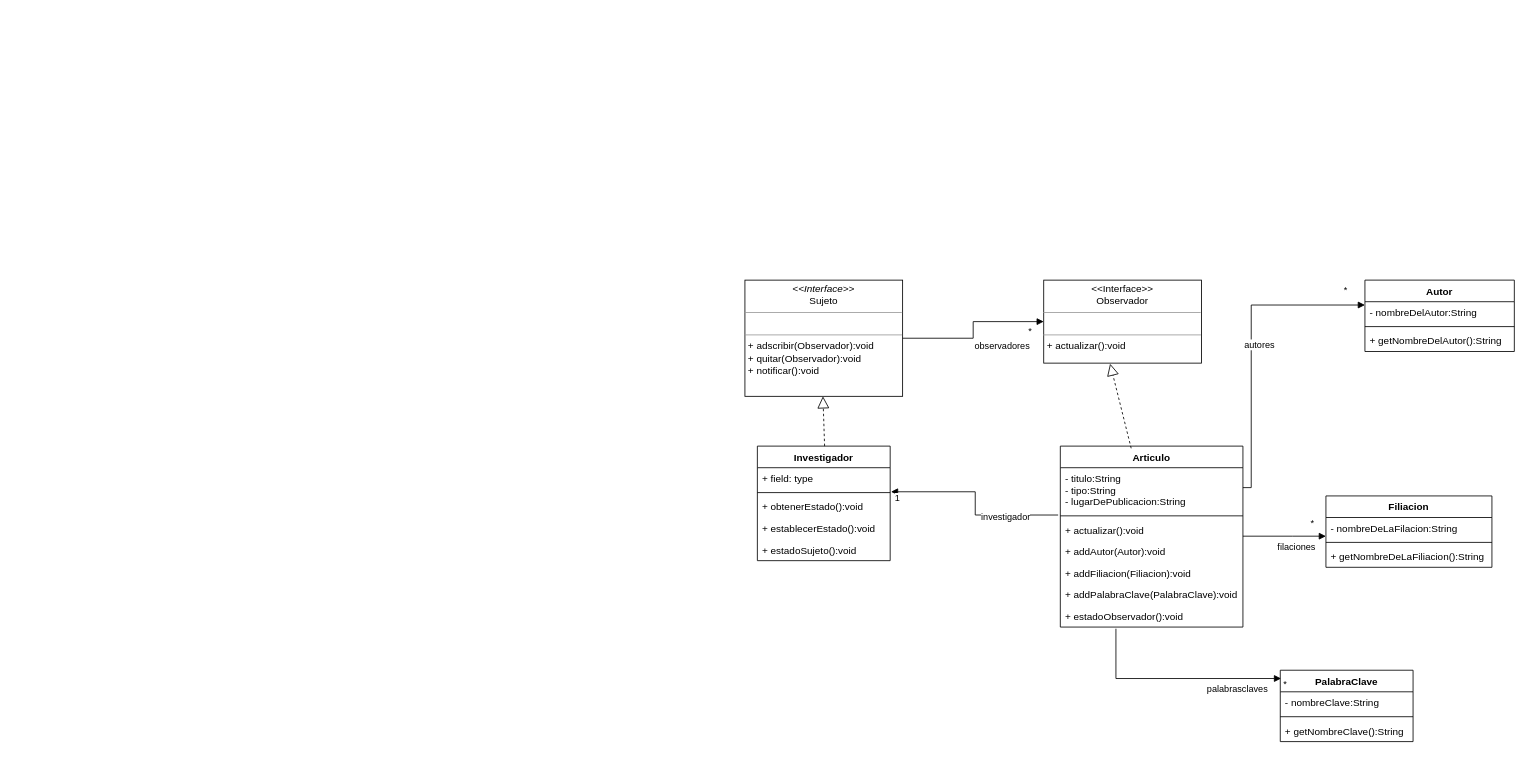
Earlier version of the draw.io diagram unq-po2-Observer-Publicaciones.drawio (nhubczyk/Diagramas-UML). Source tidied: cells renumbered, new cells numbered last; positions are measured from the earlier drawing's top-left corner, leaving out a move shared by most shapes. Both pictures are drawn from the tidied source at 83%, with x=0, y=0 at pixel (745, 280).
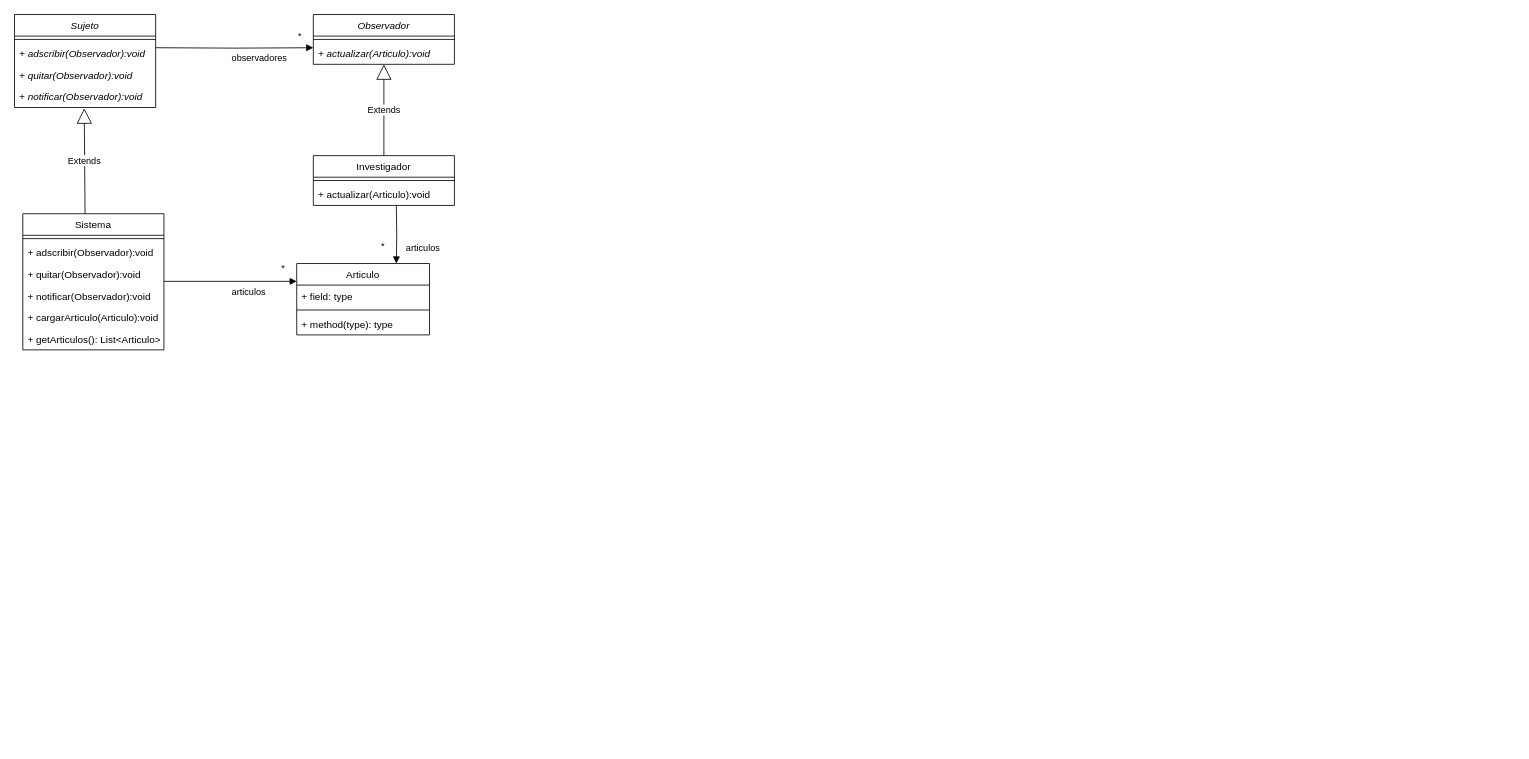
Above is the later version.

The edit, as a diff of the source:
```diff
@@
-    <mxCell id="2" value="&lt;p style=&quot;margin:0px;margin-top:4px;text-align:center;&quot;&gt;&lt;i&gt;&amp;lt;&amp;lt;Interface&amp;gt;&amp;gt;&lt;/i&gt;&lt;br&gt;Sujeto&lt;/p&gt;&lt;hr size=&quot;1&quot;&gt;&lt;p style=&quot;margin:0px;margin-left:4px;&quot;&gt;&lt;br&gt;&lt;/p&gt;&lt;hr size=&quot;1&quot;&gt;&lt;p style=&quot;margin:0px;margin-left:4px;&quot;&gt;+ adscribir(Observador):void&lt;/p&gt;&lt;p style=&quot;margin:0px;margin-left:4px;&quot;&gt;+ quitar(Observador):void&lt;/p&gt;&lt;p style=&quot;margin:0px;margin-left:4px;&quot;&gt;+ notificar():void&lt;/p&gt;" style="verticalAlign=top;align=left;overflow=fill;fontSize=12;fontFamily=Helvetica;html=1;" parent="1" vertex="1">
-      <mxGeometry width="190" height="140" as="geometry" />
-    </mxCell>
-    <mxCell id="3" value="&lt;p style=&quot;margin:0px;margin-top:4px;text-align:center;&quot;&gt;&amp;lt;&amp;lt;Interface&amp;gt;&amp;gt;&lt;br&gt;Observador&lt;/p&gt;&lt;hr size=&quot;1&quot;&gt;&lt;p style=&quot;margin:0px;margin-left:4px;&quot;&gt;&lt;br&gt;&lt;/p&gt;&lt;hr size=&quot;1&quot;&gt;&lt;p style=&quot;margin:0px;margin-left:4px;&quot;&gt;+ actualizar():void&lt;/p&gt;" style="verticalAlign=top;align=left;overflow=fill;fontSize=12;fontFamily=Helvetica;html=1;" parent="1" vertex="1">
-      <mxGeometry x="360" width="190" height="100" as="geometry" />
-    </mxCell>
+    <mxCell id="42" value="Sujeto" style="swimlane;fontStyle=2;align=center;verticalAlign=top;horizontal=1;startSize=26;" parent="1" vertex="1">
+      <mxGeometry x="-880" y="-320" width="170" height="112" as="geometry" />
+    </mxCell>
+    <mxCell id="43" style="line;strokeWidth=1;fillColor=none;align=left;verticalAlign=middle;spacingTop=-1;spacingLeft=3;spacingRight=3;labelPosition=right;strokeColor=inherit;" parent="42" vertex="1">
+      <mxGeometry y="26" width="170" height="8" as="geometry" />
+    </mxCell>
+    <mxCell id="44" value="+ adscribir(Observador):void" style="text;strokeColor=none;fillColor=none;align=left;verticalAlign=top;spacingLeft=4;spacingRight=4;overflow=hidden;fontStyle=2;" parent="42" vertex="1">
+      <mxGeometry y="34" width="170" height="26" as="geometry" />
+    </mxCell>
+    <mxCell id="45" value="+ quitar(Observador):void" style="text;strokeColor=none;fillColor=none;align=left;verticalAlign=top;spacingLeft=4;spacingRight=4;overflow=hidden;fontStyle=2;" parent="42" vertex="1">
+      <mxGeometry y="60" width="170" height="26" as="geometry" />
+    </mxCell>
+    <mxCell id="46" value="+ notificar(Observador):void" style="text;strokeColor=none;fillColor=none;align=left;verticalAlign=top;spacingLeft=4;spacingRight=4;overflow=hidden;points=[[0,0.5],[1,0.5]];portConstraint=eastwest;fontStyle=2;" parent="42" vertex="1">
+      <mxGeometry y="86" width="170" height="26" as="geometry" />
+    </mxCell>
+    <mxCell id="47" value="Sistema" style="swimlane;fontStyle=0;align=center;verticalAlign=top;horizontal=1;startSize=26;" parent="1" vertex="1">
+      <mxGeometry x="-870" y="-80" width="170" height="164" as="geometry" />
+    </mxCell>
+    <mxCell id="48" style="line;strokeWidth=1;fillColor=none;align=left;verticalAlign=middle;spacingTop=-1;spacingLeft=3;spacingRight=3;labelPosition=right;strokeColor=inherit;" parent="47" vertex="1">
+      <mxGeometry y="26" width="170" height="8" as="geometry" />
+    </mxCell>
+    <mxCell id="49" value="+ adscribir(Observador):void" style="text;strokeColor=none;fillColor=none;align=left;verticalAlign=top;spacingLeft=4;spacingRight=4;overflow=hidden;" parent="47" vertex="1">
+      <mxGeometry y="34" width="170" height="26" as="geometry" />
+    </mxCell>
+    <mxCell id="50" value="+ quitar(Observador):void" style="text;strokeColor=none;fillColor=none;align=left;verticalAlign=top;spacingLeft=4;spacingRight=4;overflow=hidden;" parent="47" vertex="1">
+      <mxGeometry y="60" width="170" height="26" as="geometry" />
+    </mxCell>
+    <mxCell id="51" value="+ notificar(Observador):void" style="text;strokeColor=none;fillColor=none;align=left;verticalAlign=top;spacingLeft=4;spacingRight=4;overflow=hidden;" parent="47" vertex="1">
+      <mxGeometry y="86" width="170" height="26" as="geometry" />
+    </mxCell>
+    <mxCell id="52" value="+ cargarArticulo(Articulo):void" style="text;strokeColor=none;fillColor=none;align=left;verticalAlign=top;spacingLeft=4;spacingRight=4;overflow=hidden;" parent="47" vertex="1">
+      <mxGeometry y="112" width="170" height="26" as="geometry" />
+    </mxCell>
+    <mxCell id="53" value="+ getArticulos(): List&lt;Articulo&gt;" style="text;strokeColor=none;fillColor=none;align=left;verticalAlign=top;spacingLeft=4;spacingRight=4;overflow=hidden;" parent="47" vertex="1">
+      <mxGeometry y="138" width="170" height="26" as="geometry" />
+    </mxCell>
+    <mxCell id="54" value="Extends" style="endArrow=block;endSize=16;endFill=0;html=1;rounded=0;exitX=0.441;exitY=0;exitDx=0;exitDy=0;exitPerimeter=0;entryX=0.494;entryY=1.038;entryDx=0;entryDy=0;entryPerimeter=0;" parent="1" edge="1" source="47" target="46">
+      <mxGeometry relative="1" as="geometry" />
+    </mxCell>
+    <mxCell id="55" value="Observador" style="swimlane;fontStyle=2;align=center;verticalAlign=top;horizontal=1;startSize=26;" parent="1" vertex="1">
+      <mxGeometry x="-520" y="-320" width="170" height="60" as="geometry" />
+    </mxCell>
+    <mxCell id="56" style="line;strokeWidth=1;fillColor=none;align=left;verticalAlign=middle;spacingTop=-1;spacingLeft=3;spacingRight=3;labelPosition=right;strokeColor=inherit;" parent="55" vertex="1">
+      <mxGeometry y="26" width="170" height="8" as="geometry" />
+    </mxCell>
+    <mxCell id="57" value="+ actualizar(Articulo):void" style="text;strokeColor=none;fillColor=none;align=left;verticalAlign=top;spacingLeft=4;spacingRight=4;overflow=hidden;points=[[0,0.5],[1,0.5]];portConstraint=eastwest;fontStyle=2;" parent="55" vertex="1">
+      <mxGeometry y="34" width="170" height="26" as="geometry" />
+    </mxCell>
-    <mxCell id="4" value="observadores" style="endArrow=block;endFill=1;html=1;edgeStyle=orthogonalEdgeStyle;align=left;verticalAlign=top;rounded=0;entryX=0;entryY=0.5;entryDx=0;entryDy=0;exitX=1;exitY=0.5;exitDx=0;exitDy=0;" parent="1" edge="1" source="2" target="3">
-      <mxGeometry x="-0.06" relative="1" as="geometry" />
+    <mxCell id="4" value="observadores" style="endArrow=block;endFill=1;html=1;edgeStyle=orthogonalEdgeStyle;align=left;verticalAlign=top;rounded=0;entryX=0;entryY=0.231;entryDx=0;entryDy=0;entryPerimeter=0;" parent="1" edge="1" target="57">
+      <mxGeometry x="-0.05" relative="1" as="geometry">
+        <mxPoint x="-710" y="-280" as="sourcePoint" />
+      </mxGeometry>
     </mxCell>
-    <mxCell id="5" value="*" style="edgeLabel;html=1;align=left;verticalAlign=bottom;" parent="4" vertex="1">
-      <mxGeometry x="-1" relative="1" as="geometry">
-        <mxPoint x="150" as="offset" />
-      </mxGeometry>
-    </mxCell>
+    <mxCell id="58" value="*" style="edgeLabel;html=1;align=left;verticalAlign=bottom;" parent="4" vertex="1">
+      <mxGeometry x="-1" relative="1" as="geometry">
+        <mxPoint x="170" y="-6" as="offset" />
+      </mxGeometry>
+    </mxCell>
+    <mxCell id="15" value="Investigador" style="swimlane;fontStyle=0;align=center;verticalAlign=top;horizontal=1;startSize=26;" parent="1" vertex="1">
+      <mxGeometry x="-520" y="-150" width="170" height="60" as="geometry" />
+    </mxCell>
+    <mxCell id="59" style="line;strokeWidth=1;fillColor=none;align=left;verticalAlign=middle;spacingTop=-1;spacingLeft=3;spacingRight=3;labelPosition=right;strokeColor=inherit;" parent="15" vertex="1">
+      <mxGeometry y="26" width="170" height="8" as="geometry" />
+    </mxCell>
+    <mxCell id="60" value="+ actualizar(Articulo):void" style="text;strokeColor=none;fillColor=none;align=left;verticalAlign=top;spacingLeft=4;spacingRight=4;overflow=hidden;" parent="15" vertex="1">
+      <mxGeometry y="34" width="170" height="26" as="geometry" />
+    </mxCell>
+    <mxCell id="61" value="Extends" style="endArrow=block;endSize=16;endFill=0;html=1;rounded=0;exitX=0.5;exitY=0;exitDx=0;exitDy=0;" parent="1" edge="1" source="15" target="57">
+      <mxGeometry relative="1" as="geometry" />
+    </mxCell>
-    <mxCell id="6" value="Articulo" style="swimlane;fontStyle=1;align=center;verticalAlign=top;horizontal=1;startSize=26;" parent="1" vertex="1">
-      <mxGeometry x="380" y="200" width="220" height="218" as="geometry" />
+    <mxCell id="6" value="Articulo" style="swimlane;fontStyle=0;align=center;verticalAlign=top;horizontal=1;startSize=26;" parent="1" vertex="1">
+      <mxGeometry x="-540" y="-20" width="160" height="86" as="geometry" />
     </mxCell>
-    <mxCell id="7" value="- titulo:String&#10;- tipo:String&#10;- lugarDePublicacion:String&#10;" style="text;strokeColor=none;fillColor=none;align=left;verticalAlign=top;spacingLeft=4;spacingRight=4;overflow=hidden;" parent="6" vertex="1">
-      <mxGeometry y="26" width="220" height="54" as="geometry" />
-    </mxCell>
-    <mxCell id="8" style="line;strokeWidth=1;fillColor=none;align=left;verticalAlign=middle;spacingTop=-1;spacingLeft=3;spacingRight=3;labelPosition=right;strokeColor=inherit;" parent="6" vertex="1">
-      <mxGeometry y="80" width="220" height="8" as="geometry" />
-    </mxCell>
-    <mxCell id="9" value="+ actualizar():void" style="text;strokeColor=none;fillColor=none;align=left;verticalAlign=top;spacingLeft=4;spacingRight=4;overflow=hidden;points=[[0,0.5],[1,0.5]];portConstraint=eastwest;" parent="6" vertex="1">
-      <mxGeometry y="88" width="220" height="26" as="geometry" />
-    </mxCell>
-    <mxCell id="10" value="+ addAutor(Autor):void" style="text;strokeColor=none;fillColor=none;align=left;verticalAlign=top;spacingLeft=4;spacingRight=4;overflow=hidden;" parent="6" vertex="1">
-      <mxGeometry y="114" width="220" height="26" as="geometry" />
-    </mxCell>
-    <mxCell id="11" value="+ addFiliacion(Filiacion):void" style="text;strokeColor=none;fillColor=none;align=left;verticalAlign=top;spacingLeft=4;spacingRight=4;overflow=hidden;" parent="6" vertex="1">
-      <mxGeometry y="140" width="220" height="26" as="geometry" />
-    </mxCell>
-    <mxCell id="12" value="+ addPalabraClave(PalabraClave):void" style="text;strokeColor=none;fillColor=none;align=left;verticalAlign=top;spacingLeft=4;spacingRight=4;overflow=hidden;" parent="6" vertex="1">
-      <mxGeometry y="166" width="220" height="26" as="geometry" />
-    </mxCell>
-    <mxCell id="13" value="+ estadoObservador():void" style="text;strokeColor=none;fillColor=none;align=left;verticalAlign=top;spacingLeft=4;spacingRight=4;overflow=hidden;" parent="6" vertex="1">
-      <mxGeometry y="192" width="220" height="26" as="geometry" />
-    </mxCell>
-    <mxCell id="14" style="endArrow=block;dashed=1;endFill=0;endSize=12;html=1;rounded=0;entryX=0.421;entryY=1.007;entryDx=0;entryDy=0;entryPerimeter=0;exitX=0.388;exitY=0.012;exitDx=0;exitDy=0;exitPerimeter=0;" parent="1" edge="1" source="6" target="3">
-      <mxGeometry relative="1" as="geometry" />
-    </mxCell>
-    <mxCell id="15" value="Investigador" style="swimlane;fontStyle=1;align=center;verticalAlign=top;horizontal=1;startSize=26;" parent="1" vertex="1">
-      <mxGeometry x="15" y="200" width="160" height="138" as="geometry" />
-    </mxCell>
-    <mxCell id="16" value="+ field: type" style="text;strokeColor=none;fillColor=none;align=left;verticalAlign=top;spacingLeft=4;spacingRight=4;overflow=hidden;points=[[0,0.5],[1,0.5]];portConstraint=eastwest;" parent="15" vertex="1">
+    <mxCell id="16" value="+ field: type" style="text;strokeColor=none;fillColor=none;align=left;verticalAlign=top;spacingLeft=4;spacingRight=4;overflow=hidden;points=[[0,0.5],[1,0.5]];portConstraint=eastwest;" parent="6" vertex="1">
       <mxGeometry y="26" width="160" height="26" as="geometry" />
     </mxCell>
-    <mxCell id="17" style="line;strokeWidth=1;fillColor=none;align=left;verticalAlign=middle;spacingTop=-1;spacingLeft=3;spacingRight=3;labelPosition=right;strokeColor=inherit;" parent="15" vertex="1">
-      <mxGeometry y="52" width="160" height="8" as="geometry" />
-    </mxCell>
-    <mxCell id="18" value="+ obtenerEstado():void" style="text;strokeColor=none;fillColor=none;align=left;verticalAlign=top;spacingLeft=4;spacingRight=4;overflow=hidden;" parent="15" vertex="1">
-      <mxGeometry y="60" width="160" height="26" as="geometry" />
-    </mxCell>
-    <mxCell id="19" value="+ establecerEstado():void" style="text;strokeColor=none;fillColor=none;align=left;verticalAlign=top;spacingLeft=4;spacingRight=4;overflow=hidden;" parent="15" vertex="1">
-      <mxGeometry y="86" width="160" height="26" as="geometry" />
-    </mxCell>
-    <mxCell id="20" value="+ estadoSujeto():void" style="text;strokeColor=none;fillColor=none;align=left;verticalAlign=top;spacingLeft=4;spacingRight=4;overflow=hidden;" parent="15" vertex="1">
-      <mxGeometry y="112" width="160" height="26" as="geometry" />
-    </mxCell>
-    <mxCell id="21" style="endArrow=block;dashed=1;endFill=0;endSize=12;html=1;rounded=0;entryX=0.421;entryY=1.007;entryDx=0;entryDy=0;entryPerimeter=0;exitX=0.388;exitY=0.012;exitDx=0;exitDy=0;exitPerimeter=0;" parent="1" edge="1">
-      <mxGeometry relative="1" as="geometry">
-        <mxPoint x="96" y="200" as="sourcePoint" />
-        <mxPoint x="94" y="140" as="targetPoint" />
-      </mxGeometry>
-    </mxCell>
-    <mxCell id="22" value="investigador" style="endArrow=block;endFill=1;html=1;edgeStyle=orthogonalEdgeStyle;align=left;verticalAlign=top;rounded=0;entryX=1.006;entryY=1.115;entryDx=0;entryDy=0;entryPerimeter=0;exitX=-0.012;exitY=-0.192;exitDx=0;exitDy=0;exitPerimeter=0;" parent="1" edge="1" source="9" target="16">
-      <mxGeometry x="-0.03" y="-5" relative="1" as="geometry" />
-    </mxCell>
-    <mxCell id="23" value="1" style="edgeLabel;html=1;align=left;verticalAlign=bottom;" parent="22" vertex="1">
-      <mxGeometry x="-1" relative="1" as="geometry">
-        <mxPoint x="-198" y="-12" as="offset" />
-      </mxGeometry>
-    </mxCell>
-    <mxCell id="24" value="Autor" style="swimlane;fontStyle=1;align=center;verticalAlign=top;horizontal=1;startSize=26;" parent="1" vertex="1">
-      <mxGeometry x="747" width="180" height="86" as="geometry" />
-    </mxCell>
-    <mxCell id="25" value="- nombreDelAutor:String&#10;" style="text;strokeColor=none;fillColor=none;align=left;verticalAlign=top;spacingLeft=4;spacingRight=4;overflow=hidden;points=[[0,0.5],[1,0.5]];portConstraint=eastwest;" parent="24" vertex="1">
-      <mxGeometry y="26" width="180" height="26" as="geometry" />
-    </mxCell>
-    <mxCell id="26" style="line;strokeWidth=1;fillColor=none;align=left;verticalAlign=middle;spacingTop=-1;spacingLeft=3;spacingRight=3;labelPosition=right;strokeColor=inherit;" parent="24" vertex="1">
-      <mxGeometry y="52" width="180" height="8" as="geometry" />
-    </mxCell>
-    <mxCell id="27" value="+ getNombreDelAutor():String" style="text;strokeColor=none;fillColor=none;align=left;verticalAlign=top;spacingLeft=4;spacingRight=4;overflow=hidden;" parent="24" vertex="1">
-      <mxGeometry y="60" width="180" height="26" as="geometry" />
-    </mxCell>
-    <mxCell id="28" value="autores" style="endArrow=block;endFill=1;html=1;edgeStyle=orthogonalEdgeStyle;align=left;verticalAlign=top;rounded=0;entryX=0;entryY=0.154;entryDx=0;entryDy=0;entryPerimeter=0;" parent="1" edge="1" target="25">
-      <mxGeometry x="0.06" y="10" relative="1" as="geometry">
-        <mxPoint x="600" y="250" as="sourcePoint" />
-        <Array as="points">
-          <mxPoint x="610" y="250" />
-          <mxPoint x="610" y="30" />
-        </Array>
-      </mxGeometry>
-    </mxCell>
-    <mxCell id="29" value="*" style="edgeLabel;html=1;align=left;verticalAlign=bottom;" parent="28" vertex="1">
-      <mxGeometry x="-1" relative="1" as="geometry">
-        <mxPoint x="120" y="-230" as="offset" />
-      </mxGeometry>
-    </mxCell>
-    <mxCell id="30" value="Filiacion" style="swimlane;fontStyle=1;align=center;verticalAlign=top;horizontal=1;startSize=26;" parent="1" vertex="1">
-      <mxGeometry x="700" y="260" width="200" height="86" as="geometry" />
-    </mxCell>
-    <mxCell id="31" value="- nombreDeLaFilacion:String" style="text;strokeColor=none;fillColor=none;align=left;verticalAlign=top;spacingLeft=4;spacingRight=4;overflow=hidden;" parent="30" vertex="1">
-      <mxGeometry y="26" width="200" height="26" as="geometry" />
-    </mxCell>
-    <mxCell id="32" style="line;strokeWidth=1;fillColor=none;align=left;verticalAlign=middle;spacingTop=-1;spacingLeft=3;spacingRight=3;labelPosition=right;strokeColor=inherit;" parent="30" vertex="1">
-      <mxGeometry y="52" width="200" height="8" as="geometry" />
-    </mxCell>
-    <mxCell id="33" value="+ getNombreDeLaFiliacion():String" style="text;strokeColor=none;fillColor=none;align=left;verticalAlign=top;spacingLeft=4;spacingRight=4;overflow=hidden;" parent="30" vertex="1">
-      <mxGeometry y="60" width="200" height="26" as="geometry" />
-    </mxCell>
-    <mxCell id="34" value="filaciones" style="endArrow=block;endFill=1;html=1;edgeStyle=orthogonalEdgeStyle;align=left;verticalAlign=top;rounded=0;" parent="1" edge="1">
-      <mxGeometry x="-0.2" relative="1" as="geometry">
-        <mxPoint x="600" y="308.5" as="sourcePoint" />
-        <mxPoint x="700" y="308.5" as="targetPoint" />
-        <Array as="points">
-          <mxPoint x="660" y="308.5" />
-          <mxPoint x="660" y="308.5" />
-        </Array>
-      </mxGeometry>
-    </mxCell>
-    <mxCell id="35" value="*" style="edgeLabel;html=1;align=left;verticalAlign=bottom;" parent="34" vertex="1">
-      <mxGeometry x="-1" relative="1" as="geometry">
-        <mxPoint x="80" y="-8" as="offset" />
-      </mxGeometry>
-    </mxCell>
-    <mxCell id="36" value="PalabraClave" style="swimlane;fontStyle=1;align=center;verticalAlign=top;horizontal=1;startSize=26;" parent="1" vertex="1">
-      <mxGeometry x="645" y="470" width="160" height="86" as="geometry" />
-    </mxCell>
-    <mxCell id="37" value="- nombreClave:String" style="text;strokeColor=none;fillColor=none;align=left;verticalAlign=top;spacingLeft=4;spacingRight=4;overflow=hidden;" parent="36" vertex="1">
-      <mxGeometry y="26" width="160" height="26" as="geometry" />
-    </mxCell>
-    <mxCell id="38" style="line;strokeWidth=1;fillColor=none;align=left;verticalAlign=middle;spacingTop=-1;spacingLeft=3;spacingRight=3;labelPosition=right;strokeColor=inherit;" parent="36" vertex="1">
-      <mxGeometry y="52" width="160" height="8" as="geometry" />
-    </mxCell>
-    <mxCell id="39" value="+ getNombreClave():String" style="text;strokeColor=none;fillColor=none;align=left;verticalAlign=top;spacingLeft=4;spacingRight=4;overflow=hidden;" parent="36" vertex="1">
-      <mxGeometry y="60" width="160" height="26" as="geometry" />
-    </mxCell>
-    <mxCell id="40" value="palabrasclaves" style="endArrow=block;endFill=1;html=1;edgeStyle=orthogonalEdgeStyle;align=left;verticalAlign=top;rounded=0;entryX=0.006;entryY=0.116;entryDx=0;entryDy=0;entryPerimeter=0;" parent="1" edge="1" target="36">
-      <mxGeometry x="0.3" relative="1" as="geometry">
-        <mxPoint x="447" y="420" as="sourcePoint" />
-        <Array as="points">
-          <mxPoint x="447" y="480" />
-        </Array>
-      </mxGeometry>
-    </mxCell>
-    <mxCell id="41" value="*" style="edgeLabel;html=1;align=left;verticalAlign=bottom;" parent="40" vertex="1">
-      <mxGeometry x="-1" relative="1" as="geometry">
-        <mxPoint x="200" y="75" as="offset" />
-      </mxGeometry>
-    </mxCell>
+    <mxCell id="62" style="line;strokeWidth=1;fillColor=none;align=left;verticalAlign=middle;spacingTop=-1;spacingLeft=3;spacingRight=3;labelPosition=right;strokeColor=inherit;" parent="6" vertex="1">
+      <mxGeometry y="52" width="160" height="8" as="geometry" />
+    </mxCell>
+    <mxCell id="63" value="+ method(type): type" style="text;strokeColor=none;fillColor=none;align=left;verticalAlign=top;spacingLeft=4;spacingRight=4;overflow=hidden;" parent="6" vertex="1">
+      <mxGeometry y="60" width="160" height="26" as="geometry" />
+    </mxCell>
+    <mxCell id="64" value="articulos" style="endArrow=block;endFill=1;html=1;edgeStyle=orthogonalEdgeStyle;align=left;verticalAlign=top;rounded=0;" parent="1" edge="1">
+      <mxGeometry y="2" relative="1" as="geometry">
+        <mxPoint x="-700" y="1.5" as="sourcePoint" />
+        <mxPoint x="-540" y="1.5" as="targetPoint" />
+        <mxPoint y="1" as="offset" />
+      </mxGeometry>
+    </mxCell>
+    <mxCell id="65" value="*" style="edgeLabel;html=1;align=left;verticalAlign=bottom;" parent="64" vertex="1">
+      <mxGeometry x="-1" relative="1" as="geometry">
+        <mxPoint x="140" y="-8" as="offset" />
+      </mxGeometry>
+    </mxCell>
+    <mxCell id="66" value="articulos" style="endArrow=block;endFill=1;html=1;edgeStyle=orthogonalEdgeStyle;align=left;verticalAlign=top;rounded=0;entryX=0.75;entryY=0;entryDx=0;entryDy=0;" parent="1" edge="1" target="6">
+      <mxGeometry x="0.14" y="10" relative="1" as="geometry">
+        <mxPoint x="-420" y="-90" as="sourcePoint" />
+      </mxGeometry>
+    </mxCell>
+    <mxCell id="67" value="*" style="edgeLabel;html=1;align=left;verticalAlign=bottom;" parent="66" vertex="1">
+      <mxGeometry x="-1" relative="1" as="geometry">
+        <mxPoint x="-20" y="57" as="offset" />
+      </mxGeometry>
+    </mxCell>
```
